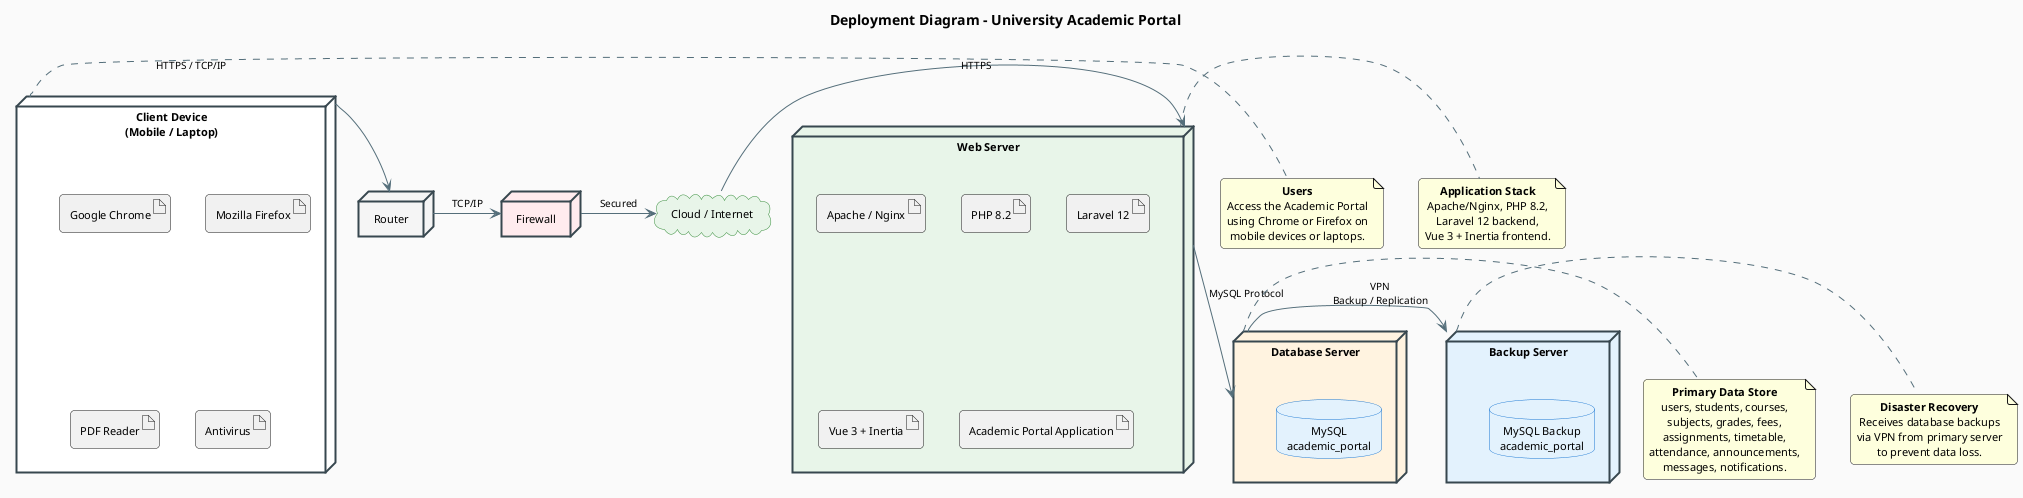
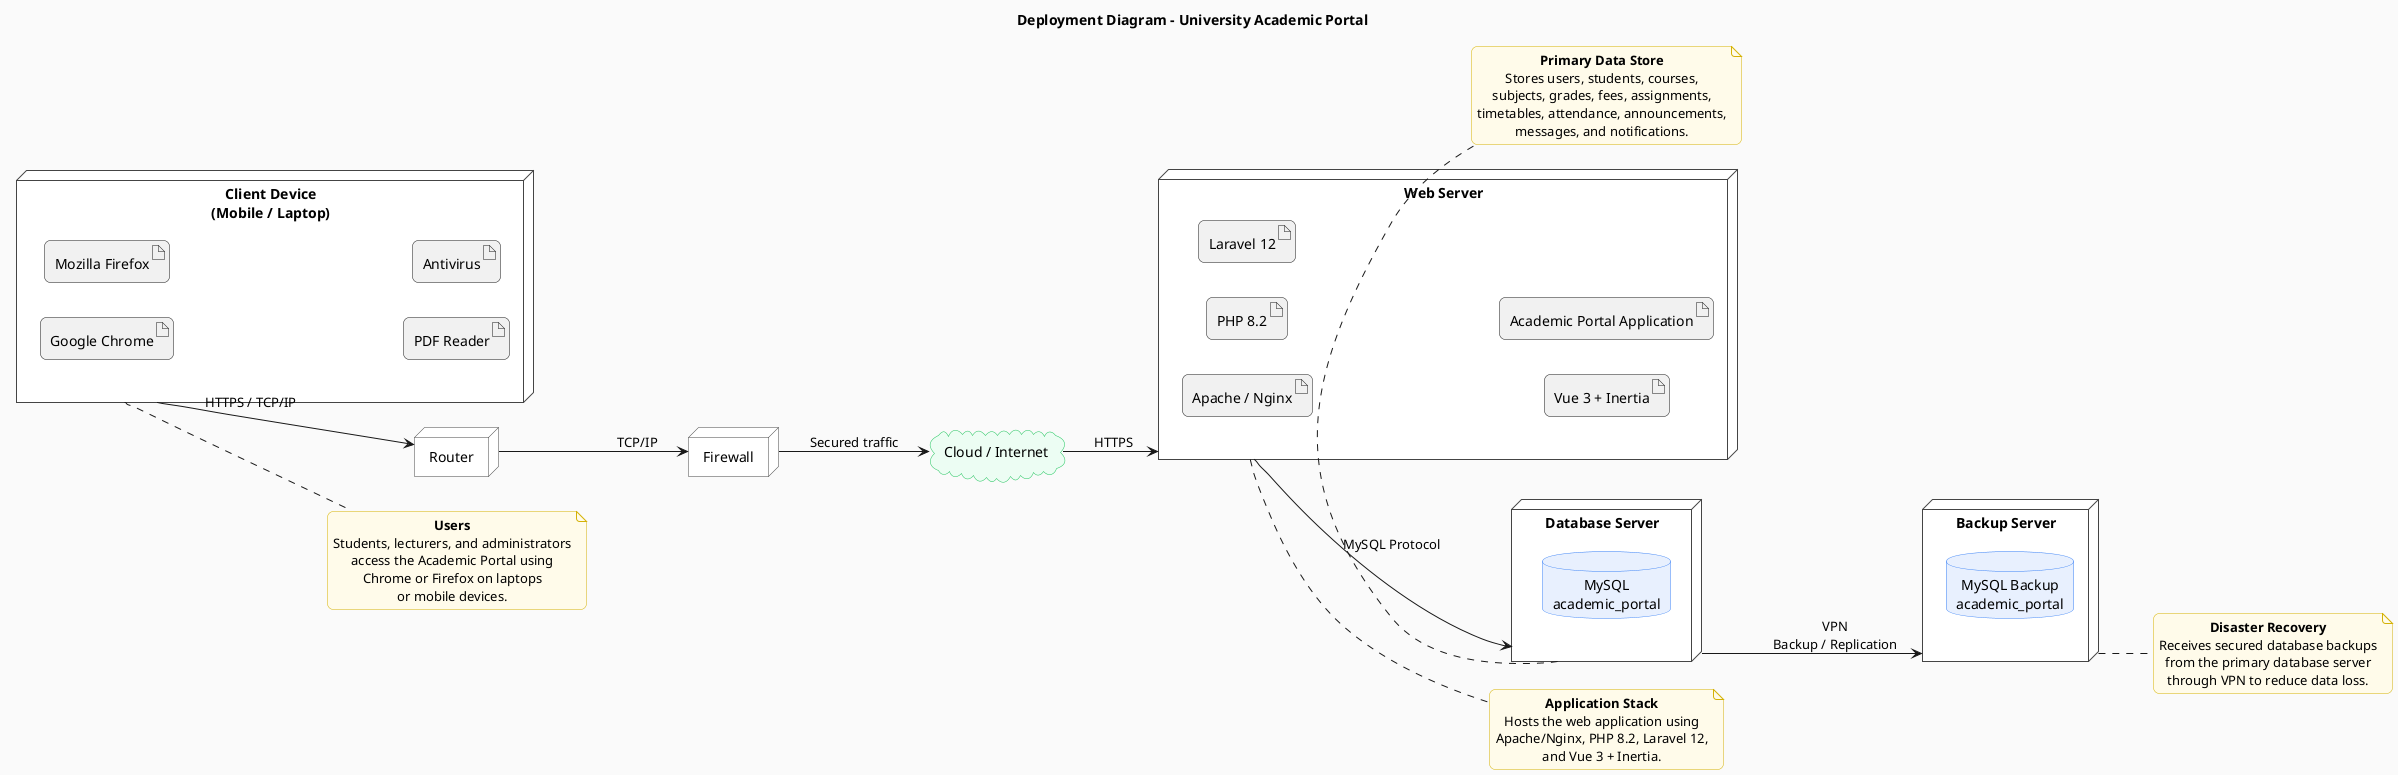
@startuml AcademicPortal_Deployment
- ' Professional deployment diagram - University Academic Portal
+ title Deployment Diagram - University Academic Portal
+ left to right direction

- title Deployment Diagram – University Academic Portal
+ skinparam shadowing false
+ skinparam roundcorner 12
+ skinparam defaultTextAlignment center
+ skinparam componentStyle rectangle
+ skinparam backgroundColor #FAFAFA

- skinparam backgroundColor #FAFAFA
- skinparam shadowing false
- skinparam defaultFontSize 11
- skinparam defaultFontName Arial
- skinparam componentStyle rectangle
- skinparam defaultTextAlignment center
- skinparam roundCorner 8
skinparam node {
-   BackgroundColor #FFFFFF
-   BorderColor #37474F
-   BorderThickness 2
+   BackgroundColor white
+   BorderColor #444444
}
skinparam database {
-   BackgroundColor #E3F2FD
-   BorderColor #1976D2
+   BackgroundColor #E8F0FE
+   BorderColor #3B82F6
}
skinparam cloud {
-   BackgroundColor #E8F5E9
-   BorderColor #388E3C
+   BackgroundColor #ECFDF3
+   BorderColor #22C55E
}
- skinparam arrow {
-   Color #546E7A
-   FontSize 10
+ skinparam note {
+   BackgroundColor #FFFBEA
+   BorderColor #D4B106
}

- ' ========== CLIENT LAYER ==========
- node "Client Device\n(Mobile / Laptop)" as Client #FFFFFF {
-   artifact "Google Chrome"
-   artifact "Mozilla Firefox"
-   artifact "PDF Reader"
-   artifact "Antivirus"
+ node "Client Device\n(Mobile / Laptop)" as Client {
+   artifact "Google Chrome" as Chrome
+   artifact "Mozilla Firefox" as Firefox
+   artifact "PDF Reader" as PDF
+   artifact "Antivirus" as AV
}

- ' ========== NETWORK LAYER ==========
- node "Router" as Router #F5F5F5
- node "Firewall" as Firewall #FFEBEE
- cloud "Cloud / Internet" as Internet #E8F5E9
+ node "Router" as Router
+ node "Firewall" as Firewall
+ cloud "Cloud / Internet" as Internet

- ' ========== APPLICATION SERVER ==========
- node "Web Server" as WebServer #E8F5E9 {
-   artifact "Apache / Nginx"
-   artifact "PHP 8.2"
-   artifact "Laravel 12"
-   artifact "Vue 3 + Inertia"
-   artifact "Academic Portal Application"
+ node "Web Server" as WebServer {
+   artifact "Apache / Nginx" as WebStack
+   artifact "PHP 8.2" as PHP
+   artifact "Laravel 12" as Laravel
+   artifact "Vue 3 + Inertia" as Vue
+   artifact "Academic Portal Application" as App
}

- ' ========== DATA LAYER ==========
- node "Database Server" as DBServer #FFF3E0 {
-   database "MySQL\nacademic_portal"
+ node "Database Server" as DBServer {
+   database "MySQL\nacademic_portal" as DB
}

- node "Backup Server" as BackupServer #E3F2FD {
-   database "MySQL Backup\nacademic_portal"
+ node "Backup Server" as BackupServer {
+   database "MySQL Backup\nacademic_portal" as BackupDB
}

- ' ========== CONNECTIONS ==========
- Client -right-> Router : HTTPS / TCP/IP
- Router -right-> Firewall : TCP/IP
- Firewall -right-> Internet : Secured
- Internet -right-> WebServer : HTTPS
+ Client --> Router : HTTPS / TCP/IP
+ Router --> Firewall : TCP/IP
+ Firewall --> Internet : Secured traffic
+ Internet --> WebServer : HTTPS

- WebServer -down-> DBServer : MySQL Protocol
- DBServer -right-> BackupServer : VPN\nBackup / Replication
+ WebServer --> DBServer : MySQL Protocol
+ DBServer --> BackupServer : VPN\nBackup / Replication

- ' ========== ANNOTATIONS ==========
note right of Client
-   **Users**
-   Access the Academic Portal
-   using Chrome or Firefox on
-   mobile devices or laptops.
+ **Users**
+ Students, lecturers, and administrators
+ access the Academic Portal using
+ Chrome or Firefox on laptops
+ or mobile devices.
end note

note right of WebServer
-   **Application Stack**
-   Apache/Nginx, PHP 8.2,
-   Laravel 12 backend,
-   Vue 3 + Inertia frontend.
+ **Application Stack**
+ Hosts the web application using
+ Apache/Nginx, PHP 8.2, Laravel 12,
+ and Vue 3 + Inertia.
end note

- note right of DBServer
-   **Primary Data Store**
-   users, students, courses,
-   subjects, grades, fees,
-   assignments, timetable,
-   attendance, announcements,
-   messages, notifications.
+ note bottom of DBServer
+ **Primary Data Store**
+ Stores users, students, courses,
+ subjects, grades, fees, assignments,
+ timetables, attendance, announcements,
+ messages, and notifications.
end note

note right of BackupServer
-   **Disaster Recovery**
-   Receives database backups
-   via VPN from primary server
-   to prevent data loss.
+ **Disaster Recovery**
+ Receives secured database backups
+ from the primary database server
+ through VPN to reduce data loss.
end note

- @enduml
+ @enduml